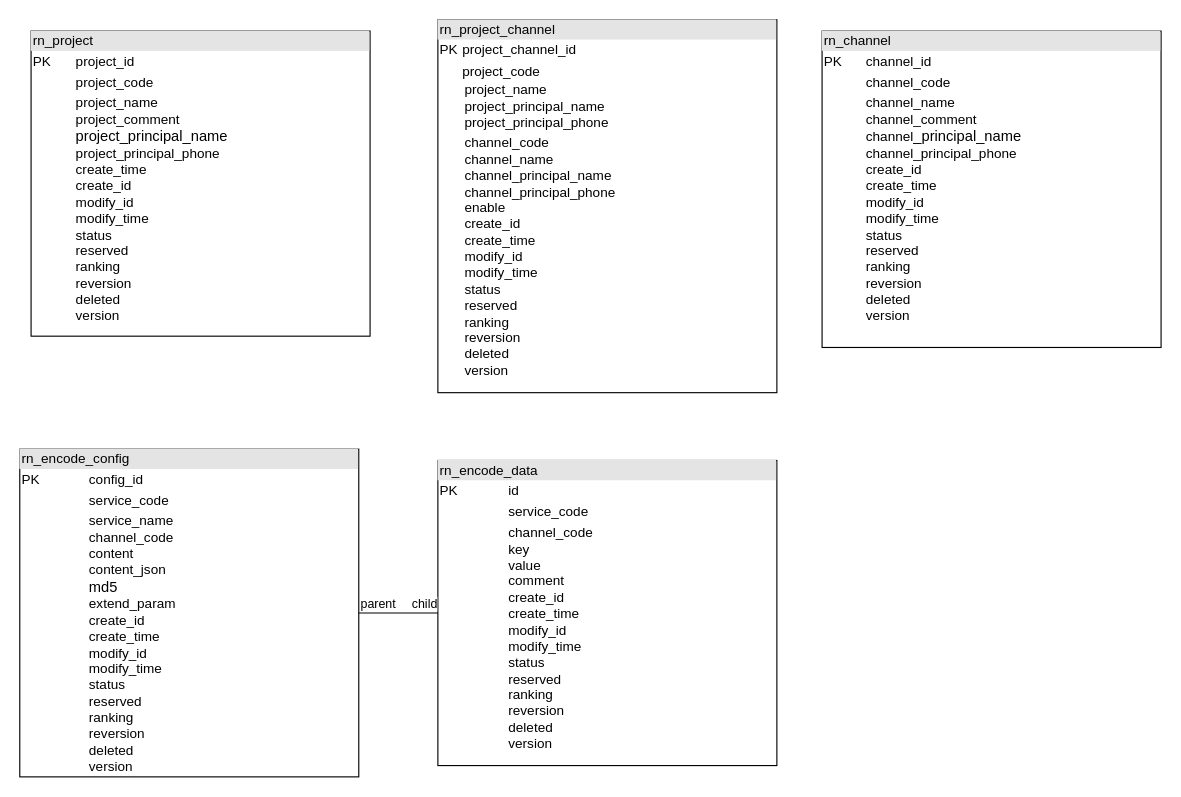
Before: configuration.drawio in zl1509015035/zl1509015035.github.io, a draw.io diagram. Source tidied: cells renumbered, new cells numbered last; positions are measured from the earlier drawing's top-left corner, leaving out a move shared by most shapes. Both pictures are drawn from the tidied source at 113%, with x=0, y=0 at pixel (19, 19).
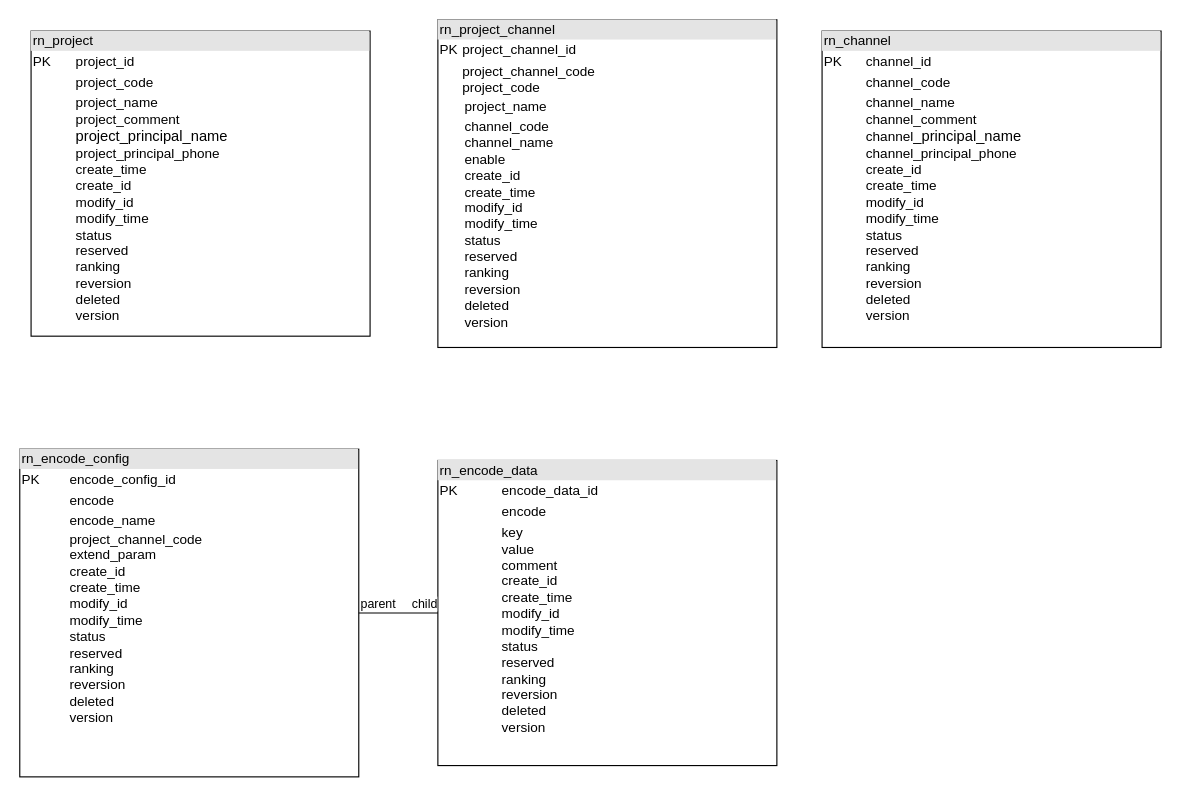
The same page after the edit.

What changed in the source:
```diff
@@
 <mxGraphModel>
   <root>
     <mxCell id="0" />
     <mxCell id="1" parent="0" />
     <mxCell id="2" value="&lt;div style=&quot;box-sizing:border-box;width:100%;background:#e4e4e4;padding:2px;&quot;&gt;rn_project&lt;/div&gt;&lt;table style=&quot;width:100%;font-size:1em;&quot; cellpadding=&quot;2&quot; cellspacing=&quot;0&quot;&gt;&lt;tbody&gt;&lt;tr&gt;&lt;td&gt;PK&lt;/td&gt;&lt;td&gt;project_id&lt;/td&gt;&lt;/tr&gt;&lt;tr&gt;&lt;td&gt;&lt;br&gt;&lt;/td&gt;&lt;td&gt;project_code&lt;/td&gt;&lt;/tr&gt;&lt;tr&gt;&lt;td&gt;&lt;/td&gt;&lt;td&gt;project_name&lt;br&gt;project_comment&lt;br&gt;&lt;span style=&quot;font-family: Arial, sans-serif; font-size: 13px; background-color: rgb(255, 255, 255);&quot;&gt;project_principal_name&lt;br&gt;&lt;/span&gt;project_principal_phone&lt;br&gt;create_time&lt;br&gt;create_id&lt;br&gt;modify_id&lt;br&gt;modify_time&lt;br&gt;status&lt;br&gt;reserved&lt;br&gt;ranking&lt;br&gt;reversion&lt;br&gt;deleted&lt;br&gt;version&lt;br&gt;&lt;br&gt;&lt;/td&gt;&lt;/tr&gt;&lt;/tbody&gt;&lt;/table&gt;" style="verticalAlign=top;align=left;overflow=fill;html=1;" parent="1" vertex="1">
       <mxGeometry x="10" y="10" width="300" height="270" as="geometry" />
     </mxCell>
     <mxCell id="3" value="&lt;div style=&quot;box-sizing:border-box;width:100%;background:#e4e4e4;padding:2px;&quot;&gt;rn_channel&lt;/div&gt;&lt;table style=&quot;width:100%;font-size:1em;&quot; cellpadding=&quot;2&quot; cellspacing=&quot;0&quot;&gt;&lt;tbody&gt;&lt;tr&gt;&lt;td&gt;PK&lt;/td&gt;&lt;td&gt;channel_id&lt;/td&gt;&lt;/tr&gt;&lt;tr&gt;&lt;td&gt;&lt;br&gt;&lt;/td&gt;&lt;td&gt;channel_code&lt;/td&gt;&lt;/tr&gt;&lt;tr&gt;&lt;td&gt;&lt;/td&gt;&lt;td&gt;channel_name&lt;br&gt;channel_comment&lt;br&gt;channel&lt;span style=&quot;font-family: Arial, sans-serif; font-size: 13px; background-color: rgb(255, 255, 255);&quot;&gt;_principal_name&lt;br&gt;&lt;/span&gt;channel_principal_phone&lt;br&gt;create_id&lt;br&gt;create_time&lt;br&gt;modify_id&lt;br&gt;modify_time&lt;br&gt;status&lt;br&gt;reserved&lt;br&gt;ranking&lt;br&gt;reversion&lt;br&gt;deleted&lt;br&gt;version&lt;br&gt;&lt;br&gt;&lt;/td&gt;&lt;/tr&gt;&lt;/tbody&gt;&lt;/table&gt;" style="verticalAlign=top;align=left;overflow=fill;html=1;" parent="1" vertex="1">
       <mxGeometry x="710" y="10" width="300" height="280" as="geometry" />
     </mxCell>
-    <mxCell id="4" value="&lt;div style=&quot;box-sizing:border-box;width:100%;background:#e4e4e4;padding:2px;&quot;&gt;rn_encode_config&lt;/div&gt;&lt;table style=&quot;width:100%;font-size:1em;&quot; cellpadding=&quot;2&quot; cellspacing=&quot;0&quot;&gt;&lt;tbody&gt;&lt;tr&gt;&lt;td&gt;PK&lt;/td&gt;&lt;td&gt;config_id&lt;/td&gt;&lt;/tr&gt;&lt;tr&gt;&lt;td&gt;&lt;br&gt;&lt;/td&gt;&lt;td&gt;service_code&lt;/td&gt;&lt;/tr&gt;&lt;tr&gt;&lt;td&gt;&lt;/td&gt;&lt;td&gt;service_name&lt;br&gt;channel_code&lt;br&gt;content&lt;br&gt;content_json&lt;br&gt;&lt;span style=&quot;font-family: Arial, sans-serif; font-size: 13px; background-color: rgb(255, 255, 255);&quot;&gt;md5&lt;br&gt;&lt;/span&gt;extend_param&lt;br&gt;create_id&lt;br&gt;create_time&lt;br&gt;modify_id&lt;br&gt;modify_time&lt;br&gt;status&lt;br&gt;reserved&lt;br&gt;ranking&lt;br&gt;reversion&lt;br&gt;deleted&lt;br&gt;version&lt;br&gt;&lt;br&gt;&lt;/td&gt;&lt;/tr&gt;&lt;/tbody&gt;&lt;/table&gt;" style="verticalAlign=top;align=left;overflow=fill;html=1;" parent="1" vertex="1">
+    <mxCell id="4" value="&lt;div style=&quot;box-sizing:border-box;width:100%;background:#e4e4e4;padding:2px;&quot;&gt;rn_encode_config&lt;/div&gt;&lt;table style=&quot;width:100%;font-size:1em;&quot; cellpadding=&quot;2&quot; cellspacing=&quot;0&quot;&gt;&lt;tbody&gt;&lt;tr&gt;&lt;td&gt;PK&lt;/td&gt;&lt;td&gt;encode_config_id&lt;/td&gt;&lt;/tr&gt;&lt;tr&gt;&lt;td&gt;&lt;br&gt;&lt;/td&gt;&lt;td&gt;encode&lt;/td&gt;&lt;/tr&gt;&lt;tr&gt;&lt;td&gt;&lt;/td&gt;&lt;td&gt;encode_name&lt;br&gt;project_channel_code&lt;span style=&quot;font-family: Arial, sans-serif; font-size: 13px; background-color: rgb(255, 255, 255);&quot;&gt;&lt;br&gt;&lt;/span&gt;extend_param&lt;br&gt;create_id&lt;br&gt;create_time&lt;br&gt;modify_id&lt;br&gt;modify_time&lt;br&gt;status&lt;br&gt;reserved&lt;br&gt;ranking&lt;br&gt;reversion&lt;br&gt;deleted&lt;br&gt;version&lt;br&gt;&lt;br&gt;&lt;/td&gt;&lt;/tr&gt;&lt;/tbody&gt;&lt;/table&gt;" style="verticalAlign=top;align=left;overflow=fill;html=1;" parent="1" vertex="1">
       <mxGeometry y="380" width="300" height="290" as="geometry" />
     </mxCell>
-    <mxCell id="5" value="&lt;div style=&quot;box-sizing:border-box;width:100%;background:#e4e4e4;padding:2px;&quot;&gt;rn_encode_data&lt;/div&gt;&lt;table style=&quot;width:100%;font-size:1em;&quot; cellpadding=&quot;2&quot; cellspacing=&quot;0&quot;&gt;&lt;tbody&gt;&lt;tr&gt;&lt;td&gt;PK&lt;/td&gt;&lt;td&gt;id&lt;/td&gt;&lt;/tr&gt;&lt;tr&gt;&lt;td&gt;&lt;br&gt;&lt;/td&gt;&lt;td&gt;service_code&lt;/td&gt;&lt;/tr&gt;&lt;tr&gt;&lt;td&gt;&lt;/td&gt;&lt;td&gt;channel_code&lt;br&gt;key&lt;br&gt;value&lt;br&gt;comment&lt;br&gt;create_id&lt;br&gt;create_time&lt;br&gt;modify_id&lt;br&gt;modify_time&lt;br&gt;status&lt;br&gt;reserved&lt;br&gt;ranking&lt;br&gt;reversion&lt;br&gt;deleted&lt;br&gt;version&lt;br&gt;&lt;br&gt;&lt;/td&gt;&lt;/tr&gt;&lt;/tbody&gt;&lt;/table&gt;" style="verticalAlign=top;align=left;overflow=fill;html=1;" parent="1" vertex="1">
+    <mxCell id="5" value="&lt;div style=&quot;box-sizing:border-box;width:100%;background:#e4e4e4;padding:2px;&quot;&gt;rn_encode_data&lt;/div&gt;&lt;table style=&quot;width:100%;font-size:1em;&quot; cellpadding=&quot;2&quot; cellspacing=&quot;0&quot;&gt;&lt;tbody&gt;&lt;tr&gt;&lt;td&gt;PK&lt;/td&gt;&lt;td&gt;encode_data_id&lt;/td&gt;&lt;/tr&gt;&lt;tr&gt;&lt;td&gt;&lt;br&gt;&lt;/td&gt;&lt;td&gt;encode&lt;/td&gt;&lt;/tr&gt;&lt;tr&gt;&lt;td&gt;&lt;/td&gt;&lt;td&gt;key&lt;br&gt;value&lt;br&gt;comment&lt;br&gt;create_id&lt;br&gt;create_time&lt;br&gt;modify_id&lt;br&gt;modify_time&lt;br&gt;status&lt;br&gt;reserved&lt;br&gt;ranking&lt;br&gt;reversion&lt;br&gt;deleted&lt;br&gt;version&lt;br&gt;&lt;br&gt;&lt;/td&gt;&lt;/tr&gt;&lt;/tbody&gt;&lt;/table&gt;" style="verticalAlign=top;align=left;overflow=fill;html=1;" parent="1" vertex="1">
       <mxGeometry x="370" y="390" width="300" height="270" as="geometry" />
     </mxCell>
     <mxCell id="6" style="endArrow=none;html=1;edgeStyle=orthogonalEdgeStyle;rounded=0;fontColor=#000000;exitX=1;exitY=0.5;exitDx=0;exitDy=0;entryX=0;entryY=0.5;entryDx=0;entryDy=0;" parent="1" edge="1" source="4" target="5">
       <mxGeometry relative="1" as="geometry" />
     </mxCell>
     <mxCell id="7" value="parent" style="edgeLabel;html=1;align=left;verticalAlign=bottom;fontColor=#000000;" parent="6" vertex="1">
       <mxGeometry x="-1" relative="1" as="geometry" />
     </mxCell>
     <mxCell id="8" value="child" style="edgeLabel;html=1;align=right;verticalAlign=bottom;fontColor=#000000;" parent="6" vertex="1">
       <mxGeometry x="1" relative="1" as="geometry" />
     </mxCell>
-    <mxCell id="9" value="&lt;div style=&quot;box-sizing:border-box;width:100%;background:#e4e4e4;padding:2px;&quot;&gt;rn_project_channel&lt;/div&gt;&lt;table style=&quot;width:100%;font-size:1em;&quot; cellpadding=&quot;2&quot; cellspacing=&quot;0&quot;&gt;&lt;tbody&gt;&lt;tr&gt;&lt;td&gt;PK&lt;/td&gt;&lt;td&gt;project_channel_id&lt;br&gt;&lt;/td&gt;&lt;/tr&gt;&lt;tr&gt;&lt;td&gt;&lt;br&gt;&lt;/td&gt;&lt;td&gt;project_code&lt;br&gt;&lt;table style=&quot;font-size: 1em; width: 300px;&quot; cellpadding=&quot;2&quot; cellspacing=&quot;0&quot;&gt;&lt;tbody&gt;&lt;tr&gt;&lt;td&gt;project_name&lt;br&gt;project_principal_name&lt;br&gt;project_principal_phone&lt;br&gt;&lt;/td&gt;&lt;/tr&gt;&lt;tr&gt;&lt;td&gt;channel_code&lt;br&gt;channel_name&lt;br&gt;channel_principal_name&lt;br&gt;channel_principal_phone&lt;br&gt;enable&lt;br&gt;create_id&lt;br&gt;create_time&lt;br&gt;modify_id&lt;br&gt;modify_time&lt;br&gt;status&lt;br&gt;reserved&lt;br&gt;ranking&lt;br&gt;reversion&lt;br&gt;deleted&lt;br&gt;version&lt;br&gt;&lt;/td&gt;&lt;td&gt;&lt;br&gt;&lt;/td&gt;&lt;/tr&gt;&lt;/tbody&gt;&lt;/table&gt;&lt;/td&gt;&lt;/tr&gt;&lt;tr&gt;&lt;td&gt;&lt;/td&gt;&lt;td&gt;&lt;br&gt;&lt;br&gt;&lt;/td&gt;&lt;/tr&gt;&lt;/tbody&gt;&lt;/table&gt;" style="verticalAlign=top;align=left;overflow=fill;html=1;" parent="1" vertex="1">
-      <mxGeometry x="370" width="300" height="330" as="geometry" />
+    <mxCell id="9" value="&lt;div style=&quot;box-sizing:border-box;width:100%;background:#e4e4e4;padding:2px;&quot;&gt;rn_project_channel&lt;/div&gt;&lt;table style=&quot;width:100%;font-size:1em;&quot; cellpadding=&quot;2&quot; cellspacing=&quot;0&quot;&gt;&lt;tbody&gt;&lt;tr&gt;&lt;td&gt;PK&lt;/td&gt;&lt;td&gt;project_channel_id&lt;br&gt;&lt;/td&gt;&lt;/tr&gt;&lt;tr&gt;&lt;td&gt;&lt;br&gt;&lt;/td&gt;&lt;td&gt;project_channel_code&lt;br&gt;project_code&lt;br&gt;&lt;table style=&quot;font-size: 1em; width: 300px;&quot; cellpadding=&quot;2&quot; cellspacing=&quot;0&quot;&gt;&lt;tbody&gt;&lt;tr&gt;&lt;td&gt;project_name&lt;br&gt;&lt;/td&gt;&lt;/tr&gt;&lt;tr&gt;&lt;td&gt;channel_code&lt;br&gt;channel_name&lt;br&gt;enable&lt;br&gt;create_id&lt;br&gt;create_time&lt;br&gt;modify_id&lt;br&gt;modify_time&lt;br&gt;status&lt;br&gt;reserved&lt;br&gt;ranking&lt;br&gt;reversion&lt;br&gt;deleted&lt;br&gt;version&lt;br&gt;&lt;/td&gt;&lt;td&gt;&lt;br&gt;&lt;/td&gt;&lt;/tr&gt;&lt;/tbody&gt;&lt;/table&gt;&lt;/td&gt;&lt;/tr&gt;&lt;tr&gt;&lt;td&gt;&lt;/td&gt;&lt;td&gt;&lt;br&gt;&lt;br&gt;&lt;/td&gt;&lt;/tr&gt;&lt;/tbody&gt;&lt;/table&gt;" style="verticalAlign=top;align=left;overflow=fill;html=1;" parent="1" vertex="1">
+      <mxGeometry x="370" width="300" height="290" as="geometry" />
     </mxCell>
   </root>
 </mxGraphModel>
```
